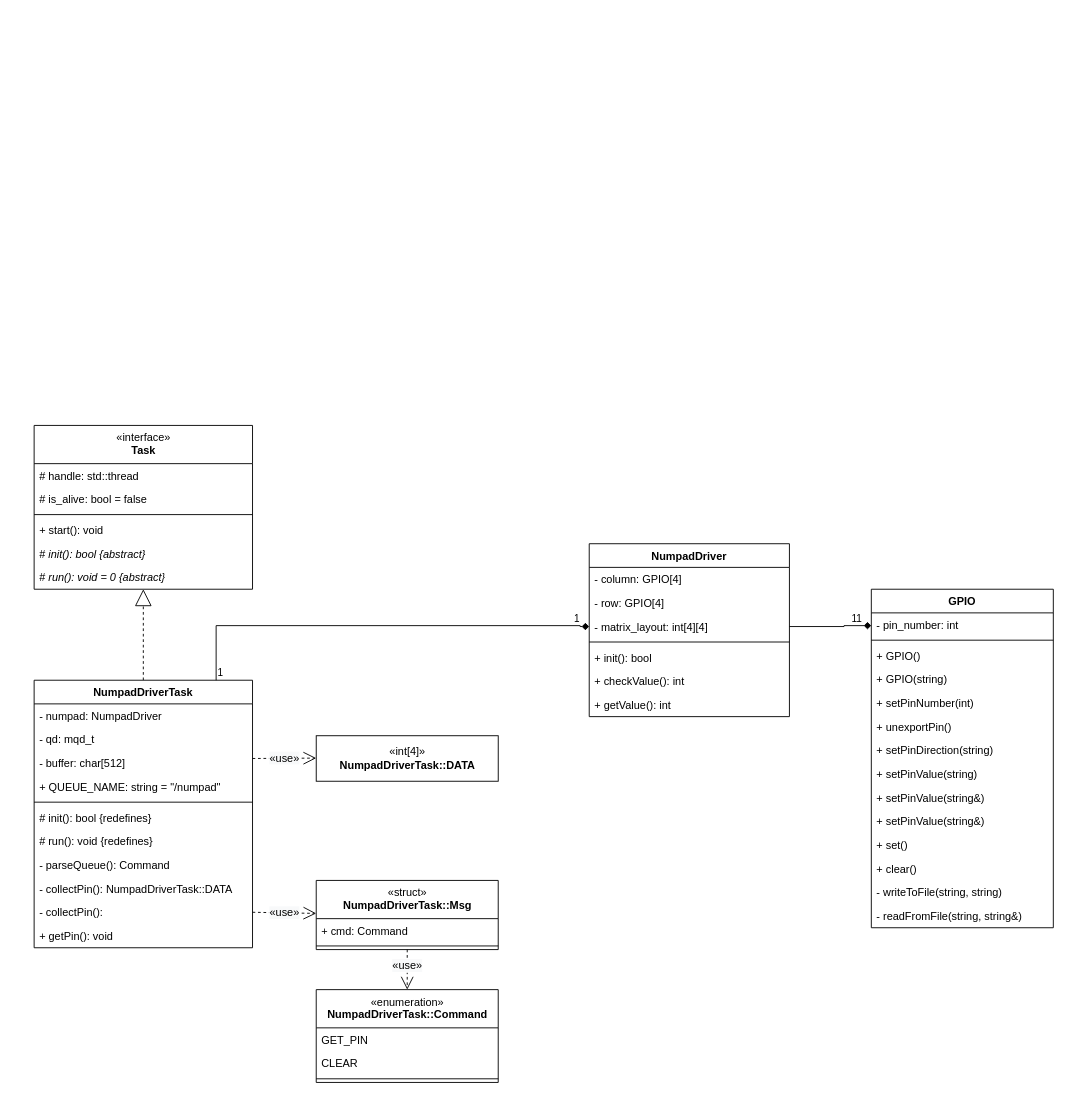
Above: diagrams/NumpadDriverTask.drawio in LasseGoransson/ESD-E2020 (draw.io), before the change. Source tidied: cells renumbered, new cells numbered last; positions are measured from the earlier drawing's top-left corner, leaving out a move shared by most shapes. Both pictures are drawn from the tidied source at 91%, with x=0, y=0 at pixel (34, 425).
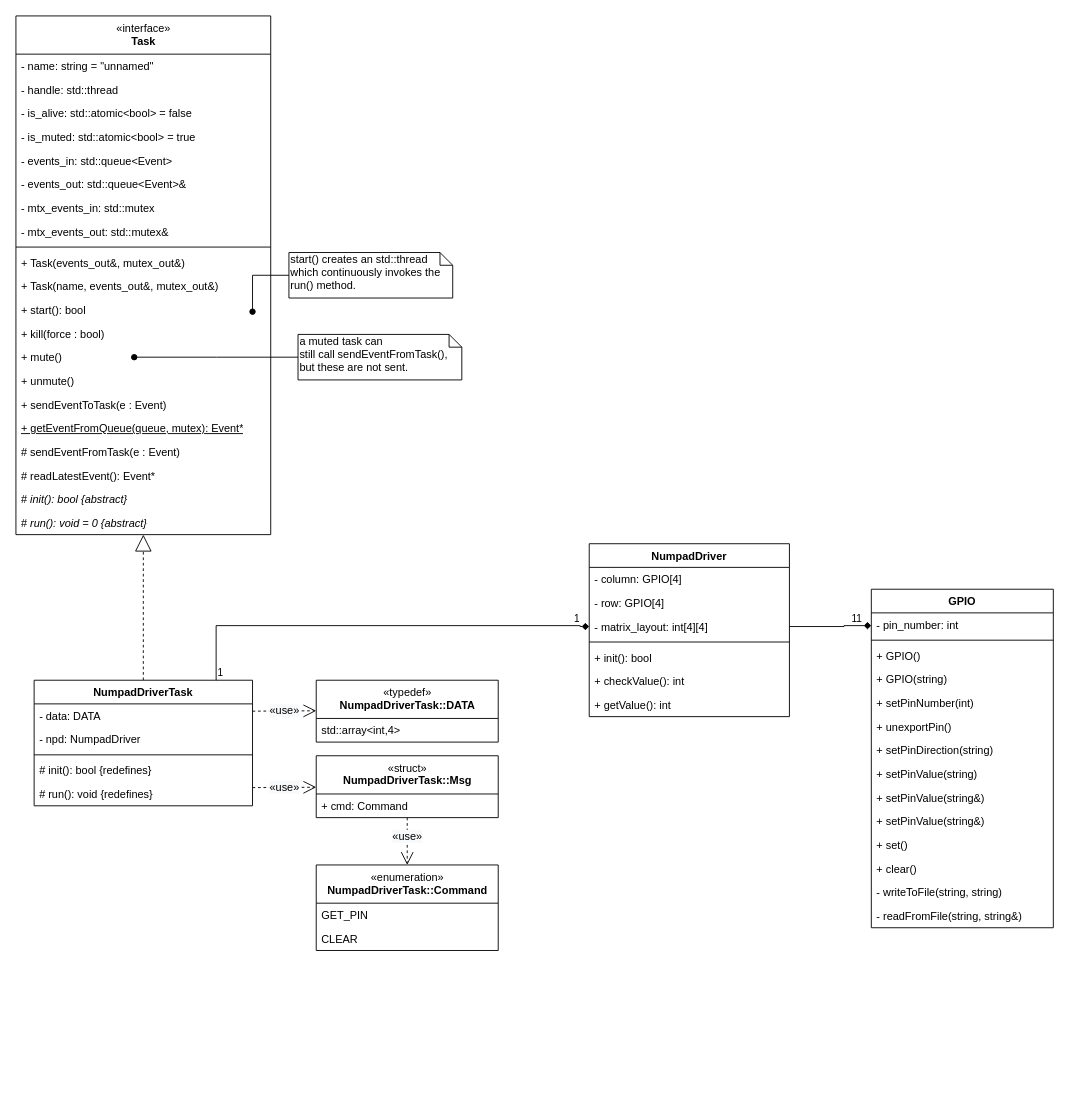
The same page after the edit.

Commit message:
task diagram numpad

The edit, as a diff of the source:
```diff
@@
-    <mxCell id="2" value="&lt;span style=&quot;font-weight: normal&quot;&gt;«interface»&lt;br&gt;&lt;/span&gt;Task" style="swimlane;fontStyle=1;align=center;verticalAlign=top;horizontal=1;startSize=42;html=1;" parent="1" vertex="1">
-      <mxGeometry width="240" height="180" as="geometry" />
-    </mxCell>
-    <mxCell id="3" value="# handle: std::thread" style="text;strokeColor=none;fillColor=none;align=left;verticalAlign=top;spacingLeft=4;spacingRight=4;overflow=hidden;" parent="2" vertex="1">
-      <mxGeometry y="42" width="240" height="26" as="geometry" />
-    </mxCell>
-    <mxCell id="4" value="# is_alive: bool = false" style="text;strokeColor=none;fillColor=none;align=left;verticalAlign=top;spacingLeft=4;spacingRight=4;overflow=hidden;" parent="2" vertex="1">
-      <mxGeometry y="68" width="240" height="26" as="geometry" />
-    </mxCell>
-    <mxCell id="5" style="line;strokeWidth=1;fillColor=none;align=left;verticalAlign=middle;spacingTop=-1;spacingLeft=3;spacingRight=3;labelPosition=right;" parent="2" vertex="1">
-      <mxGeometry y="94" width="240" height="8" as="geometry" />
-    </mxCell>
-    <mxCell id="6" value="+ start(): void" style="text;strokeColor=none;fillColor=none;align=left;verticalAlign=top;spacingLeft=4;spacingRight=4;overflow=hidden;" parent="2" vertex="1">
-      <mxGeometry y="102" width="240" height="26" as="geometry" />
-    </mxCell>
-    <mxCell id="7" value="&lt;span style=&quot;font-style: normal&quot;&gt;#&lt;/span&gt; init(): bool {abstract}" style="text;strokeColor=none;fillColor=none;align=left;verticalAlign=top;spacingLeft=4;spacingRight=4;overflow=hidden;fontStyle=2;html=1;" parent="2" vertex="1">
-      <mxGeometry y="128" width="240" height="26" as="geometry" />
-    </mxCell>
-    <mxCell id="8" value="&lt;span style=&quot;font-style: normal&quot;&gt;#&lt;/span&gt; run(): void = 0 {abstract}" style="text;strokeColor=none;fillColor=none;align=left;verticalAlign=top;spacingLeft=4;spacingRight=4;overflow=hidden;fontStyle=2;html=1;" parent="2" vertex="1">
-      <mxGeometry y="154" width="240" height="26" as="geometry" />
-    </mxCell>
@@
-    <mxCell id="10" value="&lt;span style=&quot;font-size: 12px ; background-color: rgb(248 , 249 , 250)&quot;&gt;«use»&lt;/span&gt;" style="endArrow=open;endSize=12;dashed=1;html=1;exitX=1;exitY=0.5;exitDx=0;exitDy=0;" parent="1" edge="1" source="22" target="24">
-      <mxGeometry relative="1" as="geometry" />
+    <mxCell id="10" value="&lt;span style=&quot;font-size: 12px ; background-color: rgb(248 , 249 , 250)&quot;&gt;«use»&lt;/span&gt;" style="endArrow=open;endSize=12;dashed=1;html=1;exitX=1;exitY=0.5;exitDx=0;exitDy=0;" parent="1" edge="1" target="24">
+      <mxGeometry relative="1" as="geometry">
+        <mxPoint x="240" y="398" as="sourcePoint" />
+      </mxGeometry>
     </mxCell>
-    <mxCell id="11" style="endArrow=block;endSize=16;endFill=0;html=1;rounded=0;dashed=1;" parent="1" edge="1" source="12" target="2">
+    <mxCell id="11" style="endArrow=block;endSize=16;endFill=0;html=1;rounded=0;dashed=1;entryX=0.5;entryY=1;entryDx=0;entryDy=0;" parent="1" edge="1" source="12" target="2">
       <mxGeometry relative="1" as="geometry" />
     </mxCell>
     <mxCell id="12" value="NumpadDriverTask" style="swimlane;fontStyle=1;align=center;verticalAlign=top;horizontal=1;startSize=26;" parent="1" vertex="1">
-      <mxGeometry y="280" width="240" height="294" as="geometry" />
+      <mxGeometry y="280" width="240" height="138" as="geometry" />
     </mxCell>
-    <mxCell id="13" value="- numpad: NumpadDriver" style="text;strokeColor=none;fillColor=none;align=left;verticalAlign=top;spacingLeft=4;spacingRight=4;overflow=hidden;" parent="12" vertex="1">
+    <mxCell id="13" value="- data: DATA" style="text;strokeColor=none;fillColor=none;align=left;verticalAlign=top;spacingLeft=4;spacingRight=4;overflow=hidden;" parent="12" vertex="1">
       <mxGeometry y="26" width="240" height="26" as="geometry" />
     </mxCell>
-    <mxCell id="14" value="- qd: mqd_t" style="text;strokeColor=none;fillColor=none;align=left;verticalAlign=top;spacingLeft=4;spacingRight=4;overflow=hidden;" parent="12" vertex="1">
-      <mxGeometry y="52" width="240" height="26" as="geometry" />
-    </mxCell>
-    <mxCell id="15" value="- buffer: char[512]" style="text;strokeColor=none;fillColor=none;align=left;verticalAlign=top;spacingLeft=4;spacingRight=4;overflow=hidden;" parent="12" vertex="1">
-      <mxGeometry y="78" width="240" height="26" as="geometry" />
-    </mxCell>
-    <mxCell id="16" value="+ QUEUE_NAME: string = &quot;/numpad&quot;" style="text;strokeColor=none;fillColor=none;align=left;verticalAlign=top;spacingLeft=4;spacingRight=4;overflow=hidden;fontStyle=0;" parent="12" vertex="1">
-      <mxGeometry y="104" width="240" height="26" as="geometry" />
-    </mxCell>
+    <mxCell id="61" value="- npd: NumpadDriver" style="text;strokeColor=none;fillColor=none;align=left;verticalAlign=top;spacingLeft=4;spacingRight=4;overflow=hidden;" parent="12" vertex="1">
+      <mxGeometry y="52" width="240" height="26" as="geometry" />
+    </mxCell>
     <mxCell id="17" style="line;strokeWidth=1;fillColor=none;align=left;verticalAlign=middle;spacingTop=-1;spacingLeft=3;spacingRight=3;labelPosition=right;" parent="12" vertex="1">
-      <mxGeometry y="130" width="240" height="8" as="geometry" />
+      <mxGeometry y="78" width="240" height="8" as="geometry" />
     </mxCell>
     <mxCell id="18" value="# init(): bool {redefines}" style="text;strokeColor=none;fillColor=none;align=left;verticalAlign=top;spacingLeft=4;spacingRight=4;overflow=hidden;" parent="12" vertex="1">
-      <mxGeometry y="138" width="240" height="26" as="geometry" />
+      <mxGeometry y="86" width="240" height="26" as="geometry" />
     </mxCell>
     <mxCell id="19" value="# run(): void {redefines}" style="text;strokeColor=none;fillColor=none;align=left;verticalAlign=top;spacingLeft=4;spacingRight=4;overflow=hidden;" parent="12" vertex="1">
-      <mxGeometry y="164" width="240" height="26" as="geometry" />
+      <mxGeometry y="112" width="240" height="26" as="geometry" />
     </mxCell>
-    <mxCell id="20" value="- parseQueue(): Command" style="text;strokeColor=none;fillColor=none;align=left;verticalAlign=top;spacingLeft=4;spacingRight=4;overflow=hidden;" parent="12" vertex="1">
-      <mxGeometry y="190" width="240" height="26" as="geometry" />
-    </mxCell>
-    <mxCell id="21" value="- collectPin(): NumpadDriverTask::DATA" style="text;strokeColor=none;fillColor=none;align=left;verticalAlign=top;spacingLeft=4;spacingRight=4;overflow=hidden;" parent="12" vertex="1">
-      <mxGeometry y="216" width="240" height="26" as="geometry" />
-    </mxCell>
-    <mxCell id="22" value="- collectPin(): " style="text;strokeColor=none;fillColor=none;align=left;verticalAlign=top;spacingLeft=4;spacingRight=4;overflow=hidden;points=[[0,0.5],[1,0.5]];portConstraint=eastwest;" parent="12" vertex="1">
-      <mxGeometry y="242" width="240" height="26" as="geometry" />
-    </mxCell>
-    <mxCell id="23" value="+ getPin(): void" style="text;strokeColor=none;fillColor=none;align=left;verticalAlign=top;spacingLeft=4;spacingRight=4;overflow=hidden;fontStyle=0;" parent="12" vertex="1">
-      <mxGeometry y="268" width="240" height="26" as="geometry" />
-    </mxCell>
     <mxCell id="24" value="&lt;span style=&quot;font-weight: normal&quot;&gt;«struct»&lt;br&gt;&lt;/span&gt;NumpadDriverTask::Msg" style="swimlane;fontStyle=1;align=center;verticalAlign=top;horizontal=1;startSize=42;html=1;" parent="1" vertex="1">
-      <mxGeometry x="310" y="500" width="200" height="76" as="geometry" />
+      <mxGeometry x="310" y="363" width="200" height="68" as="geometry" />
     </mxCell>
@@
-    <mxCell id="26" style="line;strokeWidth=1;fillColor=none;align=left;verticalAlign=middle;spacingTop=-1;spacingLeft=3;spacingRight=3;labelPosition=right;" parent="24" vertex="1">
-      <mxGeometry y="68" width="200" height="8" as="geometry" />
-    </mxCell>
     <mxCell id="27" value="&lt;span style=&quot;font-weight: normal&quot;&gt;«enumeration»&lt;br&gt;&lt;/span&gt;NumpadDriverTask::Command" style="swimlane;fontStyle=1;align=center;verticalAlign=top;horizontal=1;startSize=42;html=1;" parent="1" vertex="1">
-      <mxGeometry x="310" y="620" width="200" height="102" as="geometry" />
+      <mxGeometry x="310" y="483" width="200" height="94" as="geometry" />
     </mxCell>
@@
-    <mxCell id="30" style="line;strokeWidth=1;fillColor=none;align=left;verticalAlign=middle;spacingTop=-1;spacingLeft=3;spacingRight=3;labelPosition=right;" parent="27" vertex="1">
-      <mxGeometry y="94" width="200" height="8" as="geometry" />
-    </mxCell>
@@
-    <mxCell id="59" value="«int[4]»&lt;br&gt;&lt;b&gt;NumpadDriverTask::DATA&lt;/b&gt;" style="html=1;" parent="1" vertex="1">
-      <mxGeometry x="310" y="341" width="200" height="50" as="geometry" />
-    </mxCell>
     <mxCell id="60" value="&lt;span style=&quot;font-size: 12px ; background-color: rgb(248 , 249 , 250)&quot;&gt;«use»&lt;/span&gt;" style="endArrow=open;endSize=12;dashed=1;html=1;exitX=1;exitY=0.5;exitDx=0;exitDy=0;" parent="1" edge="1">
       <mxGeometry relative="1" as="geometry">
-        <mxPoint x="240" y="366" as="sourcePoint" />
-        <mxPoint x="310" y="365.6" as="targetPoint" />
+        <mxPoint x="240" y="314" as="sourcePoint" />
+        <mxPoint x="310" y="313.6" as="targetPoint" />
       </mxGeometry>
     </mxCell>
+    <mxCell id="62" value="&lt;span style=&quot;font-weight: normal&quot;&gt;«typedef»&lt;br&gt;&lt;/span&gt;&lt;div&gt;&lt;b&gt;NumpadDriverTask::DATA&lt;/b&gt;&lt;/div&gt;" style="swimlane;fontStyle=1;align=center;verticalAlign=top;horizontal=1;startSize=42;html=1;" parent="1" vertex="1">
+      <mxGeometry x="310" y="280" width="200" height="68" as="geometry" />
+    </mxCell>
+    <mxCell id="63" value="std::array&lt;int,4&gt;" style="text;strokeColor=none;fillColor=none;align=left;verticalAlign=top;spacingLeft=4;spacingRight=4;overflow=hidden;" parent="62" vertex="1">
+      <mxGeometry y="42" width="200" height="26" as="geometry" />
+    </mxCell>
+    <mxCell id="64" value="start() creates an std::thread which continuously invokes the run() method." style="shape=note;whiteSpace=wrap;html=1;size=14;verticalAlign=top;align=left;spacingTop=-6;" parent="1" vertex="1">
+      <mxGeometry x="280" y="-190" width="180" height="50" as="geometry" />
+    </mxCell>
+    <mxCell id="2" value="&lt;span style=&quot;font-weight: normal&quot;&gt;«interface»&lt;br&gt;&lt;/span&gt;Task" style="swimlane;fontStyle=1;align=center;verticalAlign=top;horizontal=1;startSize=42;html=1;" parent="1" vertex="1">
+      <mxGeometry x="-20" y="-450" width="280" height="570" as="geometry" />
+    </mxCell>
+    <mxCell id="65" value="- name: string = &quot;unnamed&quot;" style="text;strokeColor=none;fillColor=none;align=left;verticalAlign=top;spacingLeft=4;spacingRight=4;overflow=hidden;" parent="2" vertex="1">
+      <mxGeometry y="42" width="280" height="26" as="geometry" />
+    </mxCell>
+    <mxCell id="66" value="- handle: std::thread" style="text;strokeColor=none;fillColor=none;align=left;verticalAlign=top;spacingLeft=4;spacingRight=4;overflow=hidden;" parent="2" vertex="1">
+      <mxGeometry y="68" width="280" height="26" as="geometry" />
+    </mxCell>
+    <mxCell id="67" value="- is_alive: std::atomic&lt;bool&gt; = false" style="text;strokeColor=none;fillColor=none;align=left;verticalAlign=top;spacingLeft=4;spacingRight=4;overflow=hidden;" parent="2" vertex="1">
+      <mxGeometry y="94" width="280" height="26" as="geometry" />
+    </mxCell>
+    <mxCell id="68" value="- is_muted: std::atomic&lt;bool&gt; = true" style="text;strokeColor=none;fillColor=none;align=left;verticalAlign=top;spacingLeft=4;spacingRight=4;overflow=hidden;" parent="2" vertex="1">
+      <mxGeometry y="120" width="280" height="26" as="geometry" />
+    </mxCell>
+    <mxCell id="69" value="- events_in: std::queue&lt;Event&gt;" style="text;strokeColor=none;fillColor=none;align=left;verticalAlign=top;spacingLeft=4;spacingRight=4;overflow=hidden;" parent="2" vertex="1">
+      <mxGeometry y="146" width="280" height="26" as="geometry" />
+    </mxCell>
+    <mxCell id="70" value="- events_out: std::queue&lt;Event&gt;&amp;" style="text;strokeColor=none;fillColor=none;align=left;verticalAlign=top;spacingLeft=4;spacingRight=4;overflow=hidden;" parent="2" vertex="1">
+      <mxGeometry y="172" width="280" height="26" as="geometry" />
+    </mxCell>
+    <mxCell id="71" value="- mtx_events_in: std::mutex" style="text;strokeColor=none;fillColor=none;align=left;verticalAlign=top;spacingLeft=4;spacingRight=4;overflow=hidden;" parent="2" vertex="1">
+      <mxGeometry y="198" width="280" height="26" as="geometry" />
+    </mxCell>
+    <mxCell id="72" value="- mtx_events_out: std::mutex&amp;" style="text;strokeColor=none;fillColor=none;align=left;verticalAlign=top;spacingLeft=4;spacingRight=4;overflow=hidden;" parent="2" vertex="1">
+      <mxGeometry y="224" width="280" height="26" as="geometry" />
+    </mxCell>
+    <mxCell id="73" style="line;strokeWidth=1;fillColor=none;align=left;verticalAlign=middle;spacingTop=-1;spacingLeft=3;spacingRight=3;labelPosition=right;" parent="2" vertex="1">
+      <mxGeometry y="250" width="280" height="8" as="geometry" />
+    </mxCell>
+    <mxCell id="74" value="+ Task(events_out&amp;, mutex_out&amp;)" style="text;strokeColor=none;fillColor=none;align=left;verticalAlign=top;spacingLeft=4;spacingRight=4;overflow=hidden;" parent="2" vertex="1">
+      <mxGeometry y="258" width="280" height="26" as="geometry" />
+    </mxCell>
+    <mxCell id="75" value="+ Task(name, events_out&amp;, mutex_out&amp;)" style="text;strokeColor=none;fillColor=none;align=left;verticalAlign=top;spacingLeft=4;spacingRight=4;overflow=hidden;" parent="2" vertex="1">
+      <mxGeometry y="284" width="280" height="26" as="geometry" />
+    </mxCell>
+    <mxCell id="76" value="+ start(): bool" style="text;strokeColor=none;fillColor=none;align=left;verticalAlign=top;spacingLeft=4;spacingRight=4;overflow=hidden;" parent="2" vertex="1">
+      <mxGeometry y="310" width="280" height="26" as="geometry" />
+    </mxCell>
+    <mxCell id="77" value="+ kill(force : bool)" style="text;strokeColor=none;fillColor=none;align=left;verticalAlign=top;spacingLeft=4;spacingRight=4;overflow=hidden;" parent="2" vertex="1">
+      <mxGeometry y="336" width="280" height="26" as="geometry" />
+    </mxCell>
+    <mxCell id="78" value="+ mute()" style="text;strokeColor=none;fillColor=none;align=left;verticalAlign=top;spacingLeft=4;spacingRight=4;overflow=hidden;" parent="2" vertex="1">
+      <mxGeometry y="362" width="280" height="26" as="geometry" />
+    </mxCell>
+    <mxCell id="79" value="+ unmute()" style="text;strokeColor=none;fillColor=none;align=left;verticalAlign=top;spacingLeft=4;spacingRight=4;overflow=hidden;" parent="2" vertex="1">
+      <mxGeometry y="388" width="280" height="26" as="geometry" />
+    </mxCell>
+    <mxCell id="80" value="+ sendEventToTask(e : Event)" style="text;strokeColor=none;fillColor=none;align=left;verticalAlign=top;spacingLeft=4;spacingRight=4;overflow=hidden;" parent="2" vertex="1">
+      <mxGeometry y="414" width="280" height="26" as="geometry" />
+    </mxCell>
+    <mxCell id="81" value="+ getEventFromQueue(queue, mutex): Event*" style="text;strokeColor=none;fillColor=none;align=left;verticalAlign=top;spacingLeft=4;spacingRight=4;overflow=hidden;fontStyle=4;html=1;" parent="2" vertex="1">
+      <mxGeometry y="440" width="280" height="26" as="geometry" />
+    </mxCell>
+    <mxCell id="82" value="# sendEventFromTask(e : Event)" style="text;strokeColor=none;fillColor=none;align=left;verticalAlign=top;spacingLeft=4;spacingRight=4;overflow=hidden;" parent="2" vertex="1">
+      <mxGeometry y="466" width="280" height="26" as="geometry" />
+    </mxCell>
+    <mxCell id="83" value="# readLatestEvent(): Event*" style="text;strokeColor=none;fillColor=none;align=left;verticalAlign=top;spacingLeft=4;spacingRight=4;overflow=hidden;" parent="2" vertex="1">
+      <mxGeometry y="492" width="280" height="26" as="geometry" />
+    </mxCell>
+    <mxCell id="7" value="&lt;span style=&quot;font-style: normal&quot;&gt;#&lt;/span&gt; init(): bool {abstract}" style="text;strokeColor=none;fillColor=none;align=left;verticalAlign=top;spacingLeft=4;spacingRight=4;overflow=hidden;fontStyle=2;html=1;" parent="2" vertex="1">
+      <mxGeometry y="518" width="280" height="26" as="geometry" />
+    </mxCell>
+    <mxCell id="8" value="&lt;span style=&quot;font-style: normal&quot;&gt;#&lt;/span&gt; run(): void = 0 {abstract}" style="text;strokeColor=none;fillColor=none;align=left;verticalAlign=top;spacingLeft=4;spacingRight=4;overflow=hidden;fontStyle=2;html=1;" parent="2" vertex="1">
+      <mxGeometry y="544" width="280" height="26" as="geometry" />
+    </mxCell>
+    <mxCell id="84" style="edgeStyle=orthogonalEdgeStyle;rounded=0;jettySize=auto;html=1;endArrow=oval;endFill=1;" parent="1" edge="1" source="64">
+      <mxGeometry relative="1" as="geometry">
+        <mxPoint x="240" y="-125" as="targetPoint" />
+        <Array as="points">
+          <mxPoint x="240" y="-165" />
+          <mxPoint x="240" y="-125" />
+        </Array>
+      </mxGeometry>
+    </mxCell>
+    <mxCell id="85" style="edgeStyle=orthogonalEdgeStyle;rounded=0;jettySize=auto;html=1;endArrow=oval;endFill=1;" parent="1" edge="1" source="86">
+      <mxGeometry relative="1" as="geometry">
+        <mxPoint x="110" y="-75" as="targetPoint" />
+      </mxGeometry>
+    </mxCell>
+    <mxCell id="86" value="a muted task can&lt;br&gt;still call&amp;nbsp;&lt;span&gt;sendEventFromTask&lt;/span&gt;(),&lt;br&gt;but these are not sent." style="shape=note;whiteSpace=wrap;html=1;size=14;verticalAlign=top;align=left;spacingTop=-6;" parent="1" vertex="1">
+      <mxGeometry x="290" y="-100" width="180" height="50" as="geometry" />
+    </mxCell>
```
